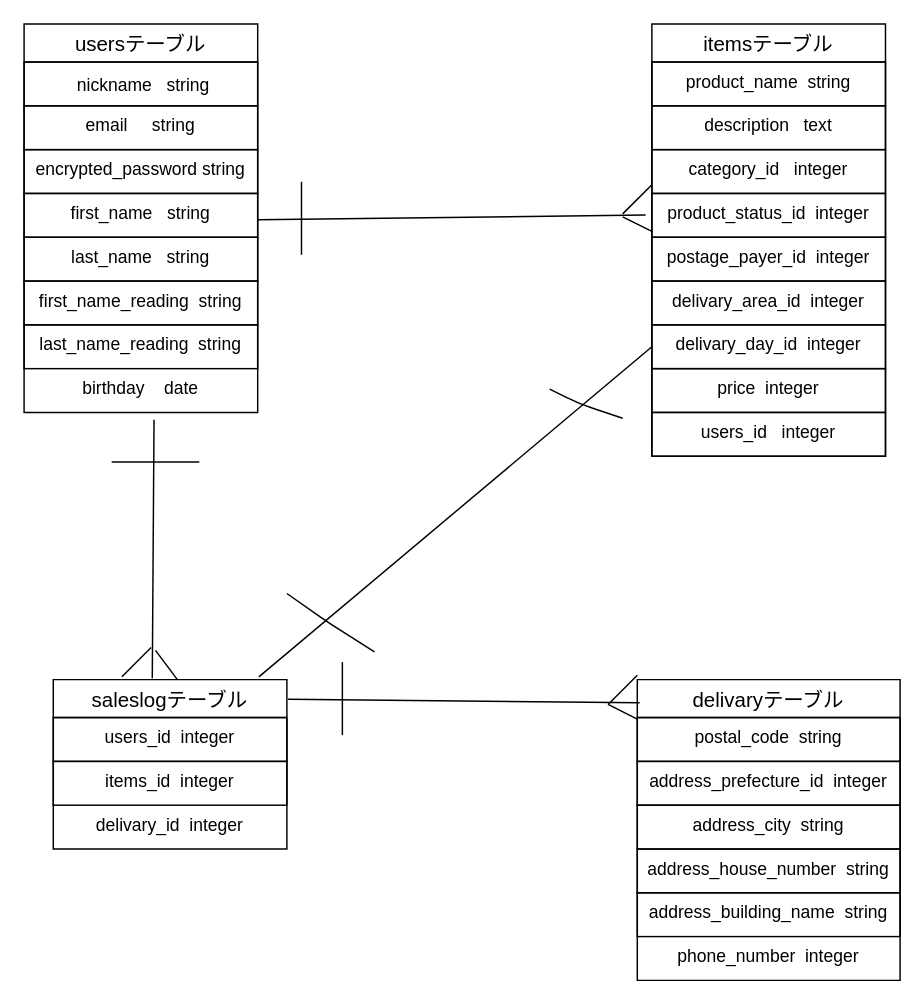
kanekyo280/furima-41312 keeps this draw.io diagram as furima.dio. Above is the earlier version. Source tidied: cells renumbered, new cells numbered last; positions are measured from the earlier drawing's top-left corner, leaving out a move shared by most shapes. Both pictures are drawn from the tidied source at 146%, with x=0, y=0 at pixel (23, 23).
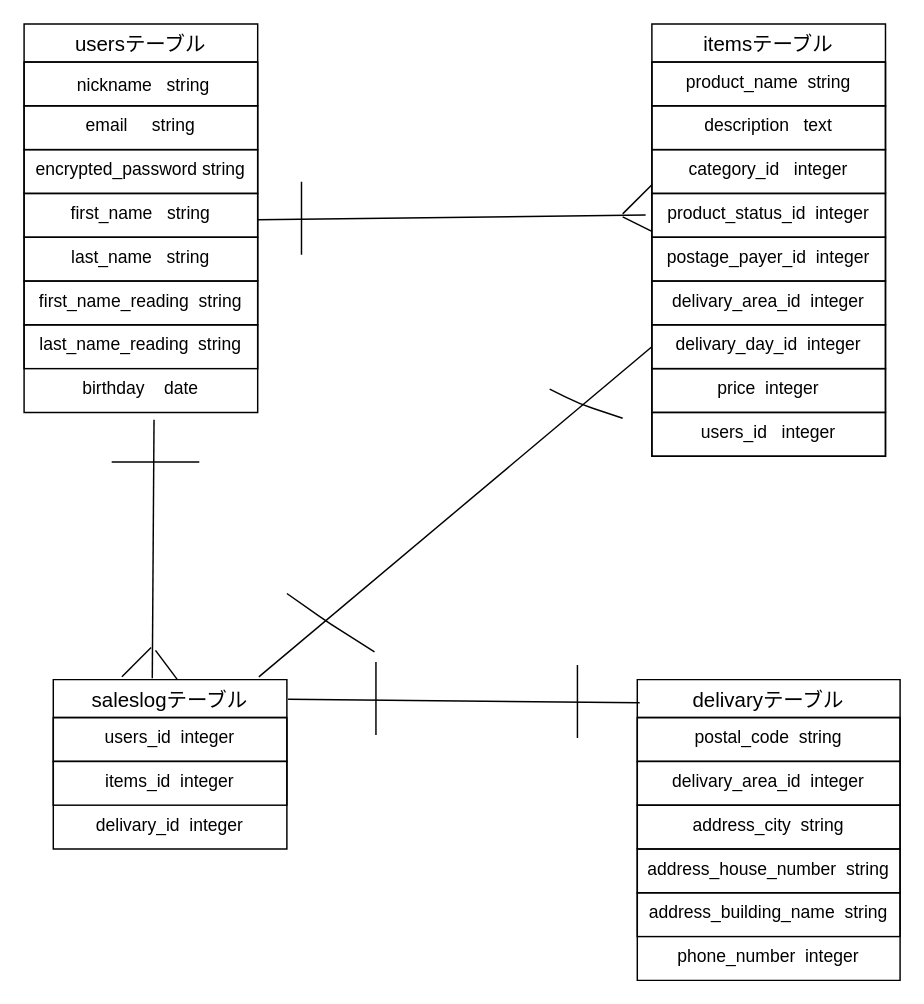
The same page after the edit.

Commit message (it also covers changes not shown here):
データベース設計再編集

Unchanged cells that the change refers to:
```xml
<mxCell id="25" value="delivaryテーブル" style="swimlane;fontStyle=0;horizontal=1;startSize=26;align=center;fontSize=14;strokeColor=default;" parent="1" vertex="1">
  <mxGeometry x="420" y="449" width="180" height="206" as="geometry" />
</mxCell>
```

Diff of the diagram source:
```diff
@@
-    <mxCell id="27" value="address_prefecture_id  integer" style="text;strokeColor=default;fillColor=none;spacingLeft=4;spacingRight=4;overflow=hidden;fontSize=12;align=center;" parent="25" vertex="1">
+    <mxCell id="27" value="delivary_area_id  integer" style="text;strokeColor=default;fillColor=none;spacingLeft=4;spacingRight=4;overflow=hidden;fontSize=12;align=center;" parent="25" vertex="1">
       <mxGeometry y="56" width="180" height="30" as="geometry" />
     </mxCell>
@@
     <mxCell id="41" style="endArrow=none;html=1;" parent="1" edge="1">
       <mxGeometry relative="1" as="geometry">
-        <mxPoint x="218" y="487" as="sourcePoint" />
-        <mxPoint x="218" y="437" as="targetPoint" />
+        <mxPoint x="241" y="487" as="sourcePoint" />
+        <mxPoint x="241" y="437" as="targetPoint" />
         <Array as="points">
-          <mxPoint x="218" y="467" />
+          <mxPoint x="241" y="467" />
         </Array>
       </mxGeometry>
     </mxCell>
-    <mxCell id="42" style="endArrow=none;html=1;" parent="1" edge="1">
-      <mxGeometry relative="1" as="geometry">
-        <mxPoint x="400" y="466" as="sourcePoint" />
-        <mxPoint x="420" y="446" as="targetPoint" />
-      </mxGeometry>
-    </mxCell>
-    <mxCell id="43" style="endArrow=none;html=1;" parent="1" edge="1">
-      <mxGeometry relative="1" as="geometry">
-        <mxPoint x="400" y="466" as="sourcePoint" />
-        <mxPoint x="420" y="476" as="targetPoint" />
-      </mxGeometry>
-    </mxCell>
@@
+    <mxCell id="47" style="endArrow=none;html=1;" parent="1" edge="1">
+      <mxGeometry relative="1" as="geometry">
+        <mxPoint x="379" y="489" as="sourcePoint" />
+        <mxPoint x="379" y="439" as="targetPoint" />
+        <Array as="points">
+          <mxPoint x="379" y="469" />
+        </Array>
+      </mxGeometry>
+    </mxCell>
```
